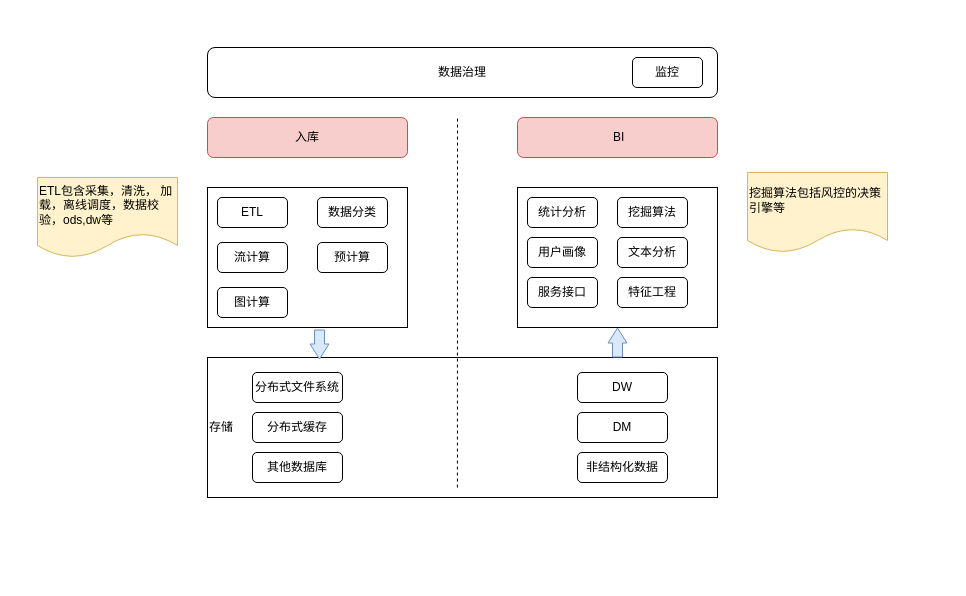
Before: page 2 of 3 of Untitled Diagram.drawio in yjplxq/yjplxq, a draw.io diagram. Source tidied: cells renumbered, new cells numbered last; positions are measured from the earlier drawing's top-left corner, leaving out a move shared by most shapes. Both pictures are drawn from the tidied source at 100%, with x=0, y=0 at pixel (37, 47).
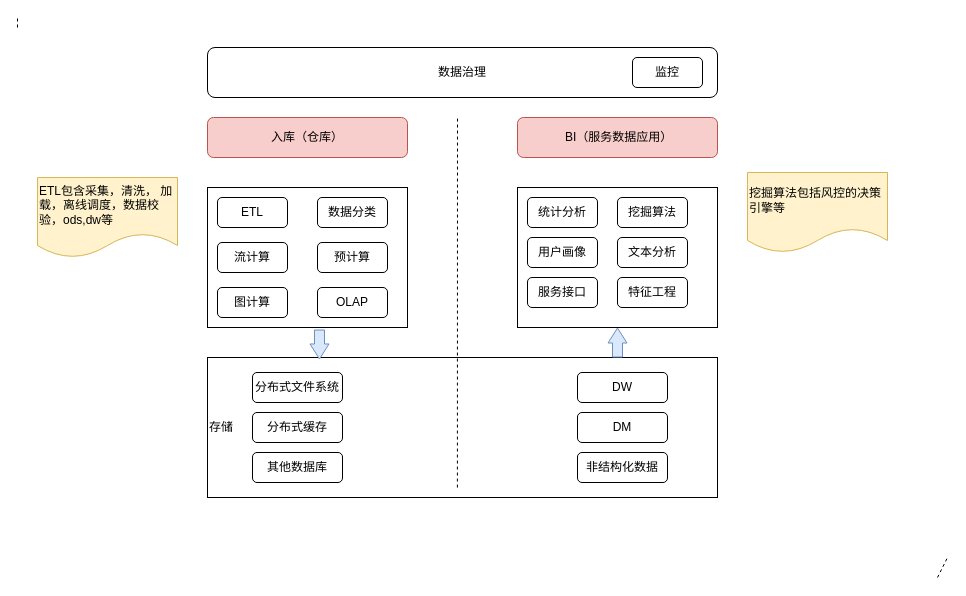
The same page after the edit.

What changed in the source:
```diff
@@
-    <mxCell id="5" value="入库" style="rounded=1;whiteSpace=wrap;html=1;fillColor=#f8cecc;strokeColor=#b85450;" parent="1" vertex="1">
+    <mxCell id="5" value="入库（仓库）" style="rounded=1;whiteSpace=wrap;html=1;fillColor=#f8cecc;strokeColor=#b85450;" parent="1" vertex="1">
       <mxGeometry x="170" y="70" width="200" height="40" as="geometry" />
     </mxCell>
-    <mxCell id="6" value="&amp;nbsp;BI" style="rounded=1;whiteSpace=wrap;html=1;fillColor=#f8cecc;strokeColor=#b85450;" parent="1" vertex="1">
+    <mxCell id="6" value="&amp;nbsp;BI（服务数据应用）" style="rounded=1;whiteSpace=wrap;html=1;fillColor=#f8cecc;strokeColor=#b85450;" parent="1" vertex="1">
       <mxGeometry x="480" y="70" width="200" height="40" as="geometry" />
     </mxCell>
@@
+    <mxCell id="31" style="endArrow=none;dashed=1;html=1;" parent="1" edge="1">
+      <mxGeometry relative="1" as="geometry">
+        <mxPoint x="-20" y="-20" as="sourcePoint" />
+        <mxPoint x="-20" y="-30" as="targetPoint" />
+      </mxGeometry>
+    </mxCell>
+    <mxCell id="32" style="endArrow=none;dashed=1;html=1;" parent="1" edge="1">
+      <mxGeometry relative="1" as="geometry">
+        <mxPoint x="900" y="530" as="sourcePoint" />
+        <mxPoint x="910" y="510" as="targetPoint" />
+      </mxGeometry>
+    </mxCell>
+    <mxCell id="33" value="OLAP" style="rounded=1;whiteSpace=wrap;html=1;" parent="1" vertex="1">
+      <mxGeometry x="280" y="240" width="70" height="30" as="geometry" />
+    </mxCell>
```
